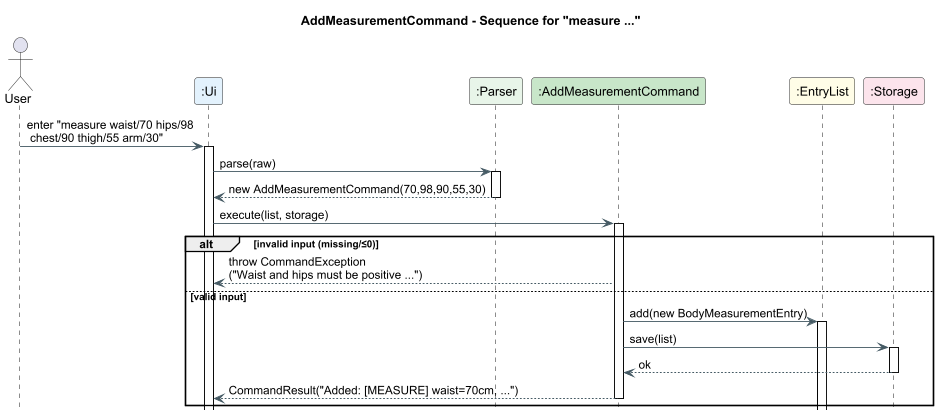
The PlantUML diagram docs/images/AddMeasurement_SequenceDiagram.png in AY2526S1-CS2113-T11-3/tp, before a commit.
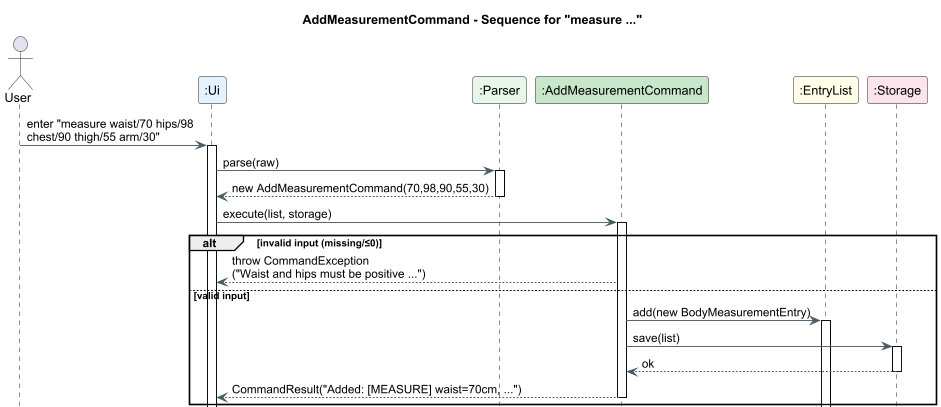
Later version of the same file.

Commit message:
(#145) Fix AddMeasurement Sequence Diagram

The edit, as a diff of the source:
```diff
@@ -18,7 +18,7 @@
 participant ":EntryList"    as LIST #FFFDE7
 participant ":Storage"      as ST   #FCE4EC
 
-User -> UI : enter "measure waist/70 hips/98\n chest/90 thigh/55 arm/30"
+User -> UI : enter "measure waist/70 hips/98 \nchest/90 thigh/55 arm/30"
 activate UI
 UI -> PR  : parse(raw)
 activate PR
```
